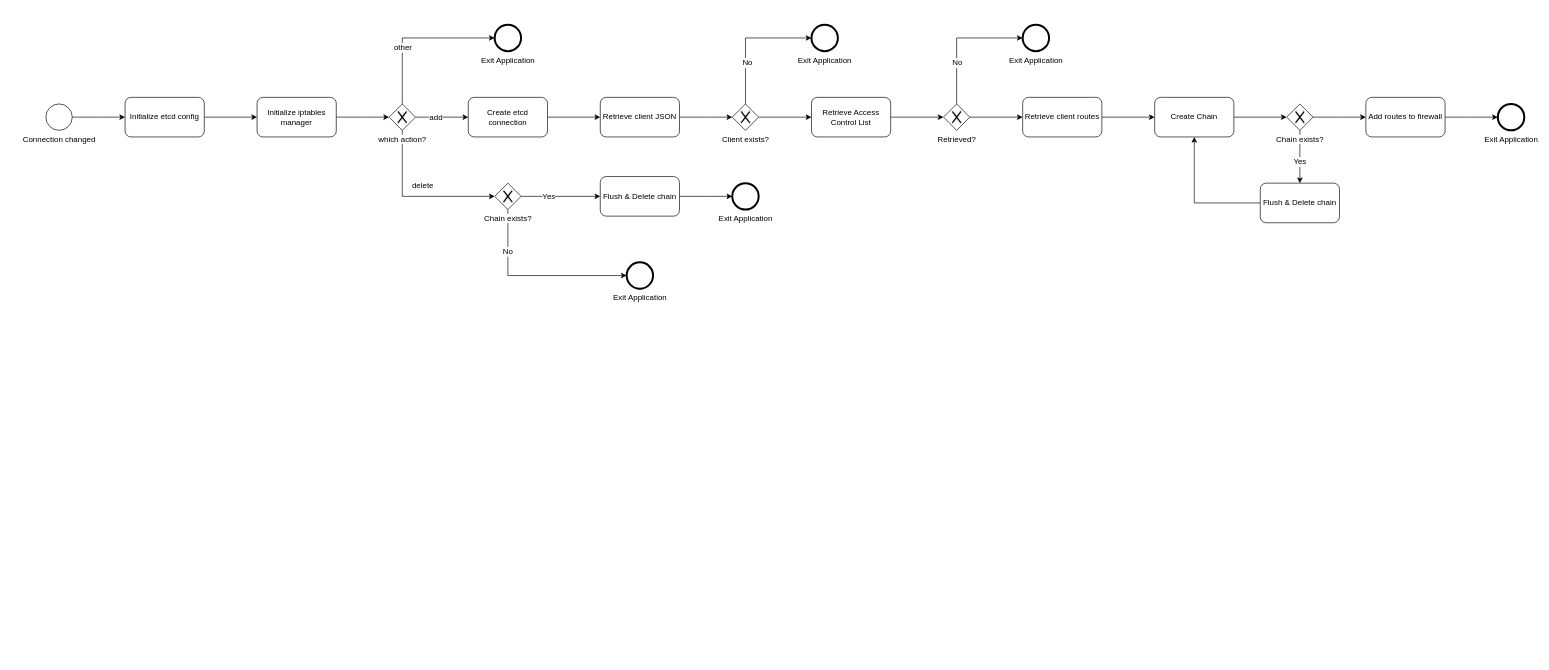
The draw.io diagram page "production-vpn-iptables-manager" (4 of 7) of OVPN Flow.drawio in GlennDeSmedt/GlennDeSmedt.github.io, before the edit. Source tidied: cells renumbered, new cells numbered last; positions are measured from the earlier drawing's top-left corner, leaving out a move shared by most shapes. Both pictures are drawn from the tidied source at 66%, with x=0, y=0 at pixel (46, 24).
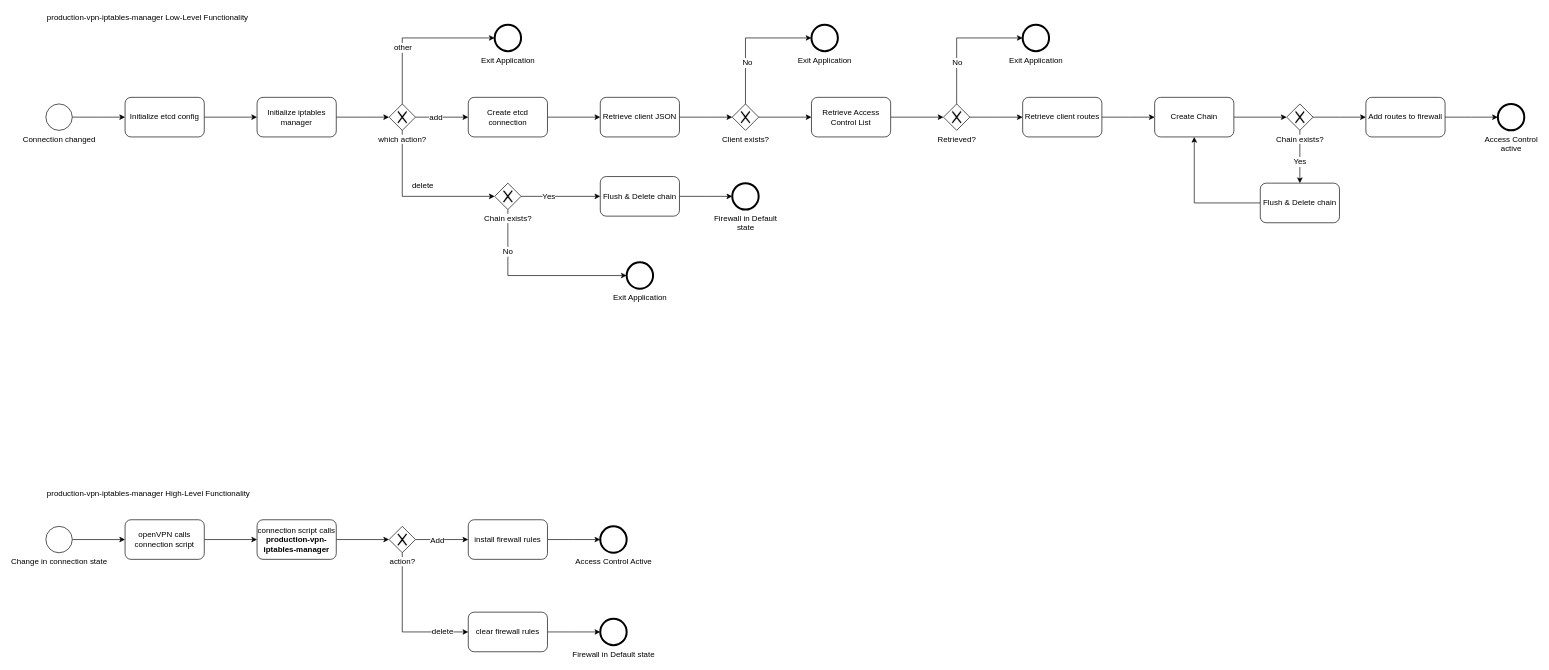
The same page after the edit.

Diff of the diagram source:
```diff
@@
-    <mxCell id="44" value="Exit Application" style="shape=mxgraph.bpmn.shape;html=1;verticalLabelPosition=bottom;labelBackgroundColor=#ffffff;verticalAlign=top;align=center;perimeter=ellipsePerimeter;outline=end;symbol=general;" parent="1" vertex="1">
+    <mxCell id="44" value="Access Control&lt;br&gt;active&lt;br&gt;" style="shape=mxgraph.bpmn.shape;html=1;verticalLabelPosition=bottom;labelBackgroundColor=#ffffff;verticalAlign=top;align=center;perimeter=ellipsePerimeter;outline=end;symbol=general;" parent="1" vertex="1">
       <mxGeometry x="2200" y="120" width="40" height="40" as="geometry" />
     </mxCell>
@@
-    <mxCell id="53" value="Exit Application" style="shape=mxgraph.bpmn.shape;html=1;verticalLabelPosition=bottom;labelBackgroundColor=#ffffff;verticalAlign=top;align=center;perimeter=ellipsePerimeter;outline=end;symbol=general;" parent="1" vertex="1">
+    <mxCell id="53" value="Firewall in Default&lt;br&gt;state&lt;br&gt;" style="shape=mxgraph.bpmn.shape;html=1;verticalLabelPosition=bottom;labelBackgroundColor=#ffffff;verticalAlign=top;align=center;perimeter=ellipsePerimeter;outline=end;symbol=general;" parent="1" vertex="1">
       <mxGeometry x="1040" y="240" width="40" height="40" as="geometry" />
     </mxCell>
+    <mxCell id="54" style="edgeStyle=orthogonalEdgeStyle;rounded=0;jettySize=auto;html=1;entryX=0;entryY=0.5;entryDx=0;entryDy=0;" parent="1" edge="1" source="55" target="57">
+      <mxGeometry relative="1" as="geometry" />
+    </mxCell>
+    <mxCell id="55" value="Change in connection state" style="shape=mxgraph.bpmn.shape;html=1;verticalLabelPosition=bottom;labelBackgroundColor=#ffffff;verticalAlign=top;align=center;perimeter=ellipsePerimeter;outlineConnect=0;outline=standard;symbol=general;" parent="1" vertex="1">
+      <mxGeometry y="760" width="40" height="40" as="geometry" />
+    </mxCell>
+    <mxCell id="56" style="edgeStyle=orthogonalEdgeStyle;rounded=0;jettySize=auto;html=1;" parent="1" edge="1" source="57" target="59">
+      <mxGeometry relative="1" as="geometry" />
+    </mxCell>
+    <mxCell id="57" value="openVPN calls connection script" style="shape=ext;rounded=1;html=1;whiteSpace=wrap;" parent="1" vertex="1">
+      <mxGeometry x="120" y="750" width="120" height="60" as="geometry" />
+    </mxCell>
+    <mxCell id="58" style="edgeStyle=orthogonalEdgeStyle;rounded=0;jettySize=auto;html=1;" parent="1" edge="1" source="59" target="64">
+      <mxGeometry relative="1" as="geometry" />
+    </mxCell>
+    <mxCell id="59" value="connection script calls &lt;b&gt;production-vpn-iptables-manager&lt;/b&gt;" style="shape=ext;rounded=1;html=1;whiteSpace=wrap;" parent="1" vertex="1">
+      <mxGeometry x="320" y="750" width="120" height="60" as="geometry" />
+    </mxCell>
+    <mxCell id="60" style="edgeStyle=orthogonalEdgeStyle;rounded=0;jettySize=auto;html=1;" parent="1" edge="1" source="64">
+      <mxGeometry relative="1" as="geometry">
+        <mxPoint x="640" y="780" as="targetPoint" />
+      </mxGeometry>
+    </mxCell>
+    <mxCell id="61" value="Add" style="text;html=1;align=center;verticalAlign=middle;labelBackgroundColor=#ffffff;" parent="60" vertex="1">
+      <mxGeometry x="-0.2" y="-1" relative="1" as="geometry" />
+    </mxCell>
+    <mxCell id="62" style="edgeStyle=orthogonalEdgeStyle;rounded=0;jettySize=auto;html=1;entryX=0;entryY=0.5;entryDx=0;entryDy=0;" parent="1" edge="1" source="64" target="69">
+      <mxGeometry relative="1" as="geometry">
+        <Array as="points">
+          <mxPoint x="540" y="920" />
+        </Array>
+      </mxGeometry>
+    </mxCell>
+    <mxCell id="63" value="delete" style="text;html=1;align=center;verticalAlign=middle;labelBackgroundColor=#ffffff;" parent="62" vertex="1">
+      <mxGeometry x="0.08" y="31" relative="1" as="geometry">
+        <mxPoint x="29.5" y="0.5" as="offset" />
+      </mxGeometry>
+    </mxCell>
+    <mxCell id="64" value="action?" style="shape=mxgraph.bpmn.shape;html=1;verticalLabelPosition=bottom;labelBackgroundColor=#ffffff;verticalAlign=top;align=center;perimeter=rhombusPerimeter;background=gateway;outlineConnect=0;outline=none;symbol=exclusiveGw;" parent="1" vertex="1">
+      <mxGeometry x="520" y="760" width="40" height="40" as="geometry" />
+    </mxCell>
+    <mxCell id="65" style="edgeStyle=orthogonalEdgeStyle;rounded=0;jettySize=auto;html=1;" parent="1" edge="1" source="66">
+      <mxGeometry relative="1" as="geometry">
+        <mxPoint x="840" y="780" as="targetPoint" />
+      </mxGeometry>
+    </mxCell>
+    <mxCell id="66" value="install firewall rules&lt;br&gt;" style="shape=ext;rounded=1;html=1;whiteSpace=wrap;" parent="1" vertex="1">
+      <mxGeometry x="640" y="750" width="120" height="60" as="geometry" />
+    </mxCell>
+    <mxCell id="67" value="Access Control Active" style="shape=mxgraph.bpmn.shape;html=1;verticalLabelPosition=bottom;labelBackgroundColor=#ffffff;verticalAlign=top;align=center;perimeter=ellipsePerimeter;outline=end;symbol=general;" parent="1" vertex="1">
+      <mxGeometry x="840" y="760" width="40" height="40" as="geometry" />
+    </mxCell>
+    <mxCell id="68" style="edgeStyle=orthogonalEdgeStyle;rounded=0;jettySize=auto;html=1;" parent="1" edge="1" source="69">
+      <mxGeometry relative="1" as="geometry">
+        <mxPoint x="840" y="920" as="targetPoint" />
+      </mxGeometry>
+    </mxCell>
+    <mxCell id="69" value="clear firewall rules&lt;br&gt;" style="shape=ext;rounded=1;html=1;whiteSpace=wrap;" parent="1" vertex="1">
+      <mxGeometry x="640" y="890" width="120" height="60" as="geometry" />
+    </mxCell>
+    <mxCell id="70" value="Firewall in Default state" style="shape=mxgraph.bpmn.shape;html=1;verticalLabelPosition=bottom;labelBackgroundColor=#ffffff;verticalAlign=top;align=center;perimeter=ellipsePerimeter;outline=end;symbol=general;" parent="1" vertex="1">
+      <mxGeometry x="840" y="900" width="40" height="40" as="geometry" />
+    </mxCell>
+    <mxCell id="71" value="production-vpn-iptables-manager Low-Level Functionality" style="text;html=1;align=left;verticalAlign=top;spacingTop=-4;" parent="1" vertex="1">
+      <mxGeometry y="-20" width="320" height="20" as="geometry" />
+    </mxCell>
+    <mxCell id="72" value="production-vpn-iptables-manager High-Level Functionality" style="text;html=1;align=left;verticalAlign=top;spacingTop=-4;" parent="1" vertex="1">
+      <mxGeometry y="700" width="320" height="20" as="geometry" />
+    </mxCell>
```
